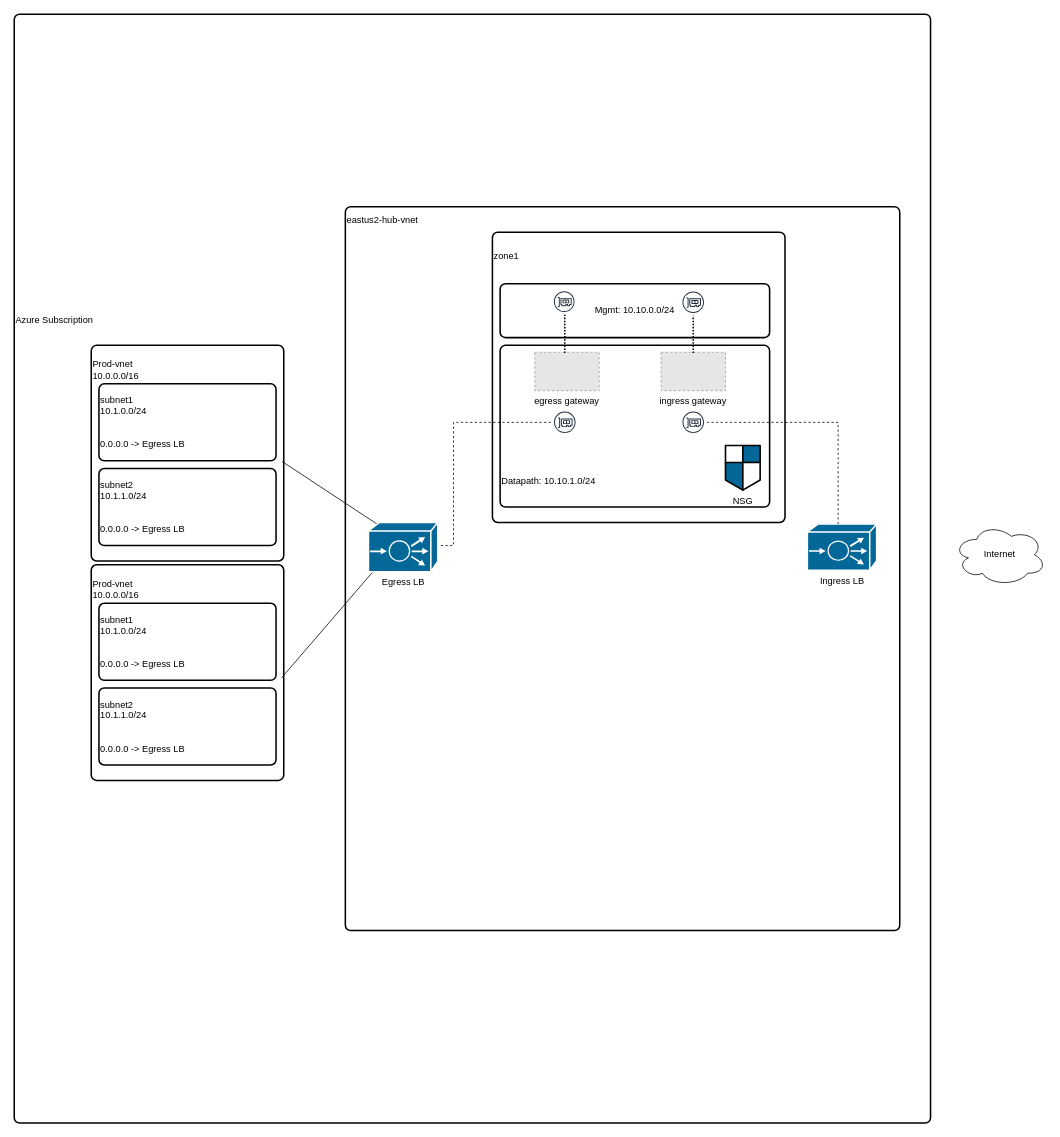
The draw.io diagram page "Azure-Subscription" (1 of 5) of cisco-mcd-customer-x-v1.drawio in vagner-instructor/topologies, before the edit. Source tidied: cells renumbered, new cells numbered last; positions are measured from the earlier drawing's top-left corner, leaving out a move shared by most shapes. Both pictures are drawn from the tidied source at 77%, with x=0, y=0 at pixel (14, 14). Pictures stored in the file or linked from it are replaced by grey dashed boxes.
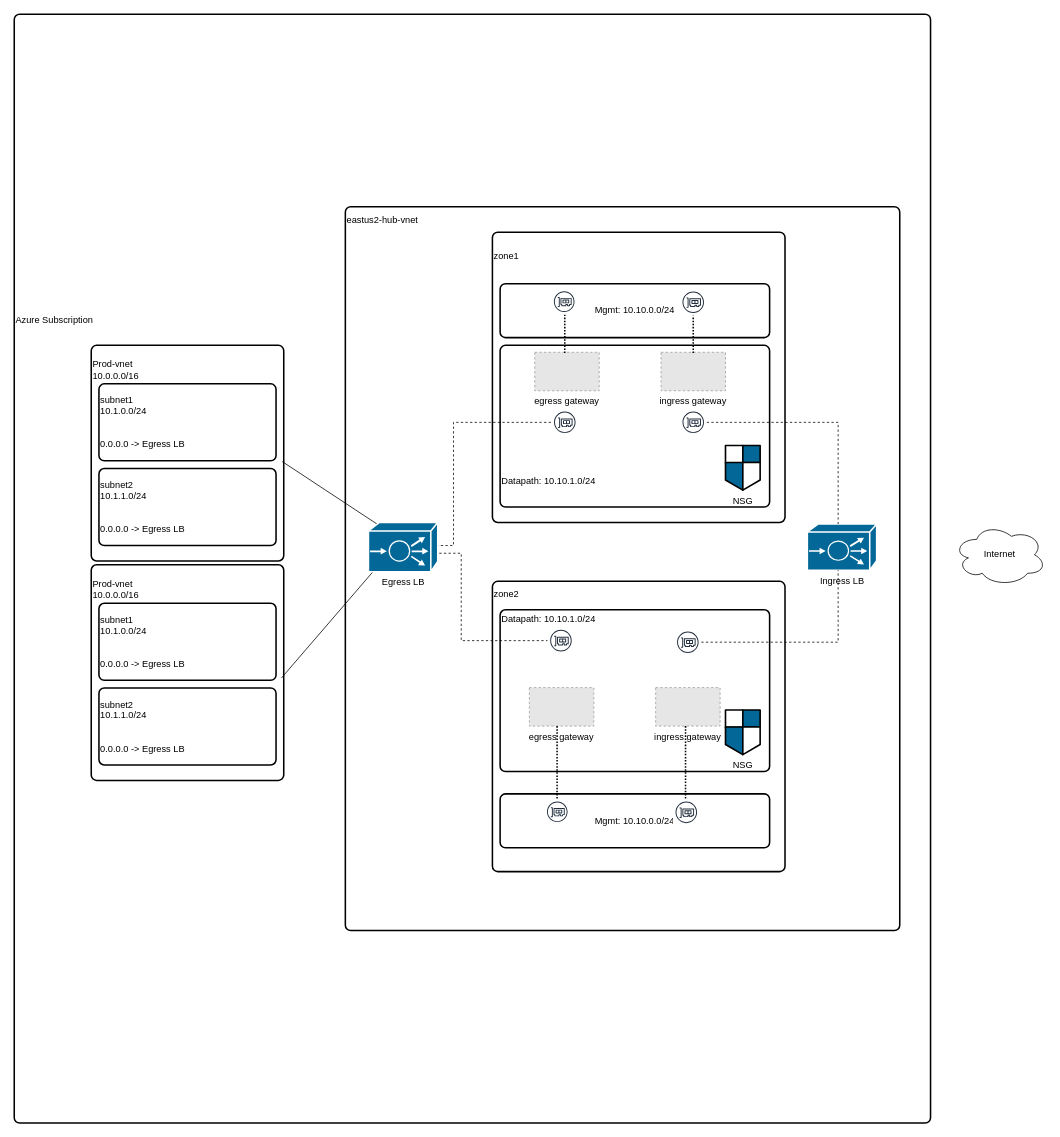
Above is the later version.

Unchanged cells that the change refers to:
```xml
<mxCell id="20" value="Ingress LB" style="shape=mxgraph.cisco.misc.ace;sketch=0;html=1;dashed=0;fillColor=#036897;strokeColor=#ffffff;strokeWidth=2;verticalLabelPosition=bottom;verticalAlign=top;align=center;outlineConnect=0;" parent="1" vertex="1">
  <mxGeometry x="1030" y="662" width="90" height="60" as="geometry" />
</mxCell>
```

What changed in the source:
```diff
@@
+    <mxCell id="29" value="zone2&lt;div&gt;&lt;br&gt;&lt;/div&gt;&lt;div&gt;&lt;br&gt;&lt;/div&gt;&lt;div&gt;&lt;br&gt;&lt;/div&gt;&lt;div&gt;&lt;br&gt;&lt;/div&gt;&lt;div&gt;&lt;br&gt;&lt;/div&gt;&lt;div&gt;&lt;br&gt;&lt;/div&gt;&lt;div&gt;&lt;br&gt;&lt;/div&gt;&lt;div&gt;&lt;br&gt;&lt;/div&gt;&lt;div&gt;&lt;br&gt;&lt;/div&gt;&lt;div&gt;&lt;br&gt;&lt;/div&gt;&lt;div&gt;&lt;br&gt;&lt;/div&gt;&lt;div&gt;&lt;br&gt;&lt;/div&gt;&lt;div&gt;&lt;br&gt;&lt;/div&gt;&lt;div&gt;&lt;br&gt;&lt;/div&gt;&lt;div&gt;&lt;br&gt;&lt;/div&gt;&lt;div&gt;&lt;br&gt;&lt;/div&gt;&lt;div&gt;&lt;br&gt;&lt;/div&gt;&lt;div&gt;&lt;br&gt;&lt;/div&gt;&lt;div&gt;&lt;br&gt;&lt;/div&gt;&lt;div style=&quot;&quot;&gt;&lt;br&gt;&lt;/div&gt;&lt;div style=&quot;&quot;&gt;&lt;br&gt;&lt;/div&gt;&lt;div style=&quot;&quot;&gt;&lt;br&gt;&lt;/div&gt;&lt;div style=&quot;&quot;&gt;&lt;br&gt;&lt;/div&gt;&lt;div style=&quot;&quot;&gt;&lt;br&gt;&lt;/div&gt;" style="rounded=1;whiteSpace=wrap;html=1;absoluteArcSize=1;arcSize=14;strokeWidth=2;align=left;" parent="1" vertex="1">
+      <mxGeometry x="621" y="736.5" width="380" height="377" as="geometry" />
+    </mxCell>
+    <mxCell id="30" value="Mgmt: 10.10.0.0/24" style="rounded=1;whiteSpace=wrap;html=1;absoluteArcSize=1;arcSize=14;strokeWidth=2;" parent="1" vertex="1">
+      <mxGeometry x="631" y="1012.5" width="350" height="70" as="geometry" />
+    </mxCell>
+    <mxCell id="31" value="&lt;div&gt;&lt;br&gt;&lt;/div&gt;&lt;div&gt;&lt;br&gt;&lt;/div&gt;&lt;div&gt;&lt;br&gt;&lt;/div&gt;&lt;div&gt;&lt;br&gt;&lt;/div&gt;&lt;div&gt;&lt;br&gt;&lt;/div&gt;&lt;div&gt;&lt;br&gt;&lt;/div&gt;&lt;div&gt;&lt;br&gt;&lt;/div&gt;&lt;div&gt;&lt;br&gt;&lt;/div&gt;&lt;div&gt;&lt;br&gt;&lt;/div&gt;&lt;div&gt;&lt;span style=&quot;background-color: initial;&quot;&gt;Datapath: 10.10.&lt;/span&gt;&lt;span style=&quot;background-color: initial;&quot;&gt;1.0/24&lt;/span&gt;&lt;br&gt;&lt;/div&gt;&lt;div&gt;&lt;span style=&quot;background-color: initial;&quot;&gt;&lt;br&gt;&lt;/span&gt;&lt;/div&gt;&lt;div&gt;&lt;span style=&quot;background-color: initial;&quot;&gt;&lt;br&gt;&lt;/span&gt;&lt;/div&gt;&lt;div&gt;&lt;span style=&quot;background-color: initial;&quot;&gt;&lt;br&gt;&lt;/span&gt;&lt;/div&gt;&lt;div&gt;&lt;span style=&quot;background-color: initial;&quot;&gt;&lt;br&gt;&lt;/span&gt;&lt;/div&gt;&lt;div&gt;&lt;span style=&quot;background-color: initial;&quot;&gt;&lt;br&gt;&lt;/span&gt;&lt;/div&gt;&lt;div&gt;&lt;span style=&quot;background-color: initial;&quot;&gt;&lt;br&gt;&lt;/span&gt;&lt;/div&gt;&lt;div&gt;&lt;span style=&quot;background-color: initial;&quot;&gt;&lt;br&gt;&lt;/span&gt;&lt;/div&gt;&lt;div&gt;&lt;span style=&quot;background-color: initial;&quot;&gt;&lt;br&gt;&lt;/span&gt;&lt;/div&gt;&lt;div&gt;&lt;span style=&quot;background-color: initial;&quot;&gt;&lt;br&gt;&lt;/span&gt;&lt;/div&gt;&lt;div&gt;&lt;span style=&quot;background-color: initial;&quot;&gt;&lt;br&gt;&lt;/span&gt;&lt;/div&gt;&lt;div&gt;&lt;span style=&quot;background-color: initial;&quot;&gt;&lt;br&gt;&lt;/span&gt;&lt;/div&gt;&lt;div&gt;&lt;span style=&quot;background-color: initial;&quot;&gt;&lt;br&gt;&lt;/span&gt;&lt;/div&gt;&lt;div&gt;&lt;span style=&quot;background-color: initial;&quot;&gt;&lt;br&gt;&lt;/span&gt;&lt;/div&gt;&lt;div&gt;&lt;span style=&quot;background-color: initial;&quot;&gt;&lt;br&gt;&lt;/span&gt;&lt;/div&gt;&lt;div&gt;&lt;span style=&quot;background-color: initial;&quot;&gt;&lt;br&gt;&lt;/span&gt;&lt;/div&gt;&lt;div&gt;&lt;span style=&quot;background-color: initial;&quot;&gt;&lt;br&gt;&lt;/span&gt;&lt;/div&gt;&lt;div&gt;&lt;span style=&quot;background-color: initial;&quot;&gt;&lt;br&gt;&lt;/span&gt;&lt;/div&gt;&lt;div&gt;&lt;span style=&quot;background-color: initial;&quot;&gt;&lt;br&gt;&lt;/span&gt;&lt;/div&gt;&lt;div&gt;&lt;span style=&quot;background-color: initial;&quot;&gt;&lt;br&gt;&lt;/span&gt;&lt;/div&gt;&lt;div&gt;&lt;span style=&quot;background-color: initial;&quot;&gt;&lt;br&gt;&lt;/span&gt;&lt;/div&gt;&lt;div&gt;&lt;span style=&quot;background-color: initial;&quot;&gt;&lt;br&gt;&lt;/span&gt;&lt;/div&gt;&lt;div&gt;&lt;span style=&quot;background-color: initial;&quot;&gt;&lt;br&gt;&lt;/span&gt;&lt;/div&gt;" style="rounded=1;whiteSpace=wrap;html=1;absoluteArcSize=1;arcSize=14;strokeWidth=2;align=left;" parent="1" vertex="1">
+      <mxGeometry x="631" y="773.5" width="350" height="210" as="geometry" />
+    </mxCell>
+    <mxCell id="32" value="egress gateway" style="fillColor=#E6E6E6;strokeColor=#999999;dashed=1;verticalLabelPosition=bottom;labelBackgroundColor=default;verticalAlign=top;" parent="1" vertex="1">
+      <mxGeometry x="669" y="874.5" width="83.7" height="50" as="geometry" />
+    </mxCell>
+    <mxCell id="33" value="ingress gateway" style="fillColor=#E6E6E6;strokeColor=#999999;dashed=1;verticalLabelPosition=bottom;labelBackgroundColor=default;verticalAlign=top;" parent="1" vertex="1">
+      <mxGeometry x="833" y="874.5" width="83.7" height="50" as="geometry" />
+    </mxCell>
+    <mxCell id="34" value="NSG" style="shape=mxgraph.cisco.security.network_security;sketch=0;html=1;dashed=0;fillColor=#036897;strokeColor=#ffffff;strokeWidth=2;verticalLabelPosition=bottom;verticalAlign=top;align=center;" parent="1" vertex="1">
+      <mxGeometry x="923.7" y="903.5" width="45" height="58" as="geometry" />
+    </mxCell>
+    <mxCell id="35" style="line;strokeWidth=2;direction=south;html=1;dashed=1;dashPattern=1 1;" parent="1" vertex="1">
+      <mxGeometry x="700" y="924.5" width="10" height="95.5" as="geometry" />
+    </mxCell>
+    <mxCell id="36" style="line;strokeWidth=2;direction=south;html=1;dashed=1;dashPattern=1 1;" parent="1" vertex="1">
+      <mxGeometry x="866.8" y="924.5" width="10" height="95.5" as="geometry" />
+    </mxCell>
+    <mxCell id="37" style="sketch=0;outlineConnect=0;fontColor=#232F3E;gradientColor=none;strokeColor=#232F3E;fillColor=#ffffff;dashed=0;verticalLabelPosition=bottom;verticalAlign=top;align=center;html=1;fontSize=12;fontStyle=0;shape=mxgraph.aws4.resourceIcon;resIcon=mxgraph.aws4.elastic_network_interface;" parent="1" vertex="1">
+      <mxGeometry x="692.5" y="796" width="35" height="35" as="geometry" />
+    </mxCell>
+    <mxCell id="38" style="sketch=0;outlineConnect=0;fontColor=#232F3E;gradientColor=none;strokeColor=#232F3E;fillColor=#ffffff;dashed=0;verticalLabelPosition=bottom;verticalAlign=top;align=center;html=1;fontSize=12;fontStyle=0;shape=mxgraph.aws4.resourceIcon;resIcon=mxgraph.aws4.elastic_network_interface;" parent="1" vertex="1">
+      <mxGeometry x="857.3" y="798" width="35" height="35" as="geometry" />
+    </mxCell>
+    <mxCell id="39" style="sketch=0;fontColor=#232F3E;gradientColor=none;strokeColor=#232F3E;fillColor=#ffffff;dashed=0;verticalLabelPosition=bottom;verticalAlign=top;align=center;html=1;fontSize=12;fontStyle=0;shape=mxgraph.aws4.resourceIcon;resIcon=mxgraph.aws4.elastic_network_interface;" parent="1" vertex="1">
+      <mxGeometry x="688.5" y="1019" width="33.5" height="33.5" as="geometry" />
+    </mxCell>
+    <mxCell id="40" style="sketch=0;fontColor=#232F3E;gradientColor=none;strokeColor=#232F3E;fillColor=#ffffff;dashed=0;verticalLabelPosition=bottom;verticalAlign=top;align=center;html=1;fontSize=12;fontStyle=0;shape=mxgraph.aws4.resourceIcon;resIcon=mxgraph.aws4.elastic_network_interface;" parent="1" vertex="1">
+      <mxGeometry x="855.3" y="1019" width="35" height="35" as="geometry" />
+    </mxCell>
+    <mxCell id="41" style="edgeStyle=elbowEdgeStyle;elbow=horizontal;endArrow=none;html=1;curved=0;rounded=0;endSize=8;startSize=8;exitX=0.905;exitY=0.45;exitDx=0;exitDy=0;exitPerimeter=0;endFill=0;dashed=1;" parent="1" edge="1" target="37">
+      <mxGeometry relative="1" as="geometry">
+        <mxPoint x="552" y="700" as="sourcePoint" />
+        <Array as="points">
+          <mxPoint x="580.5" y="696.8" />
+          <mxPoint x="600.5" y="636.8" />
+        </Array>
+      </mxGeometry>
+    </mxCell>
+    <mxCell id="42" style="edgeStyle=elbowEdgeStyle;elbow=horizontal;endArrow=none;html=1;curved=0;rounded=0;endSize=8;startSize=8;dashed=1;endFill=0;" parent="1" edge="1" source="38" target="20">
+      <mxGeometry relative="1" as="geometry">
+        <Array as="points">
+          <mxPoint x="1070" y="750" />
+          <mxPoint x="610.5" y="646.8" />
+        </Array>
+      </mxGeometry>
+    </mxCell>
```
